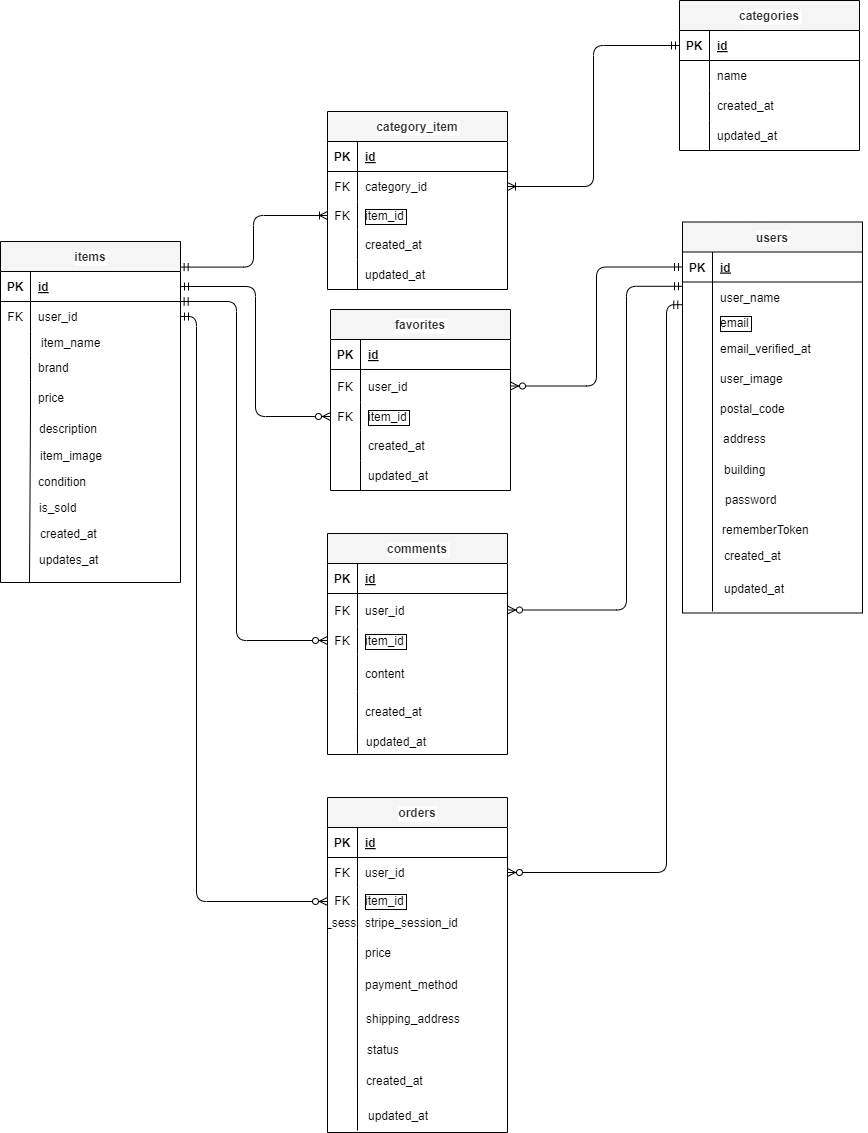
Earlier version of the draw.io export flea_market_app.drawio.png (hisako-ito/flea_market_app). Source tidied: cells renumbered, new cells last; positions are measured from the earlier drawing's top-left corner, leaving out a move shared by most shapes.
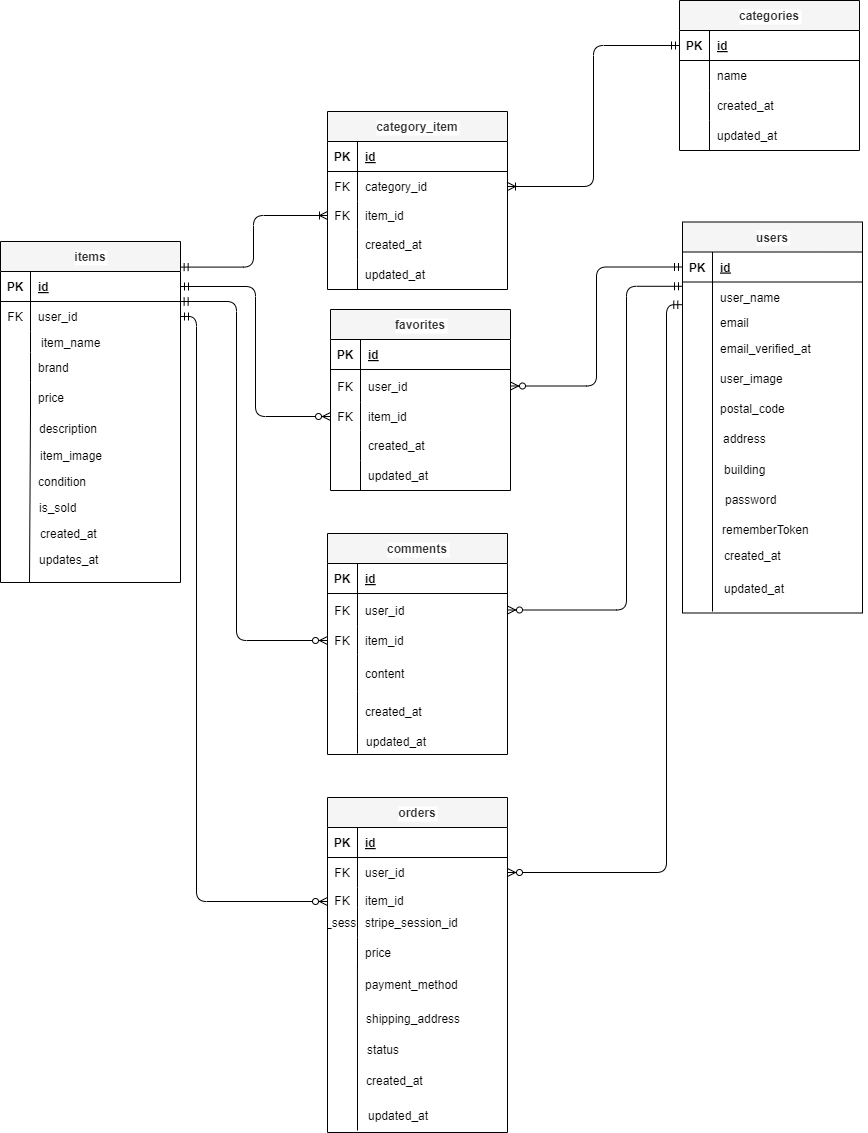
After the commit.

Change to the diagram source:
```diff
@@ -29,7 +29,7 @@
     <mxCell id="10" style="shape=partialRectangle;fillColor=none;top=0;left=0;bottom=0;right=0;overflow=hidden;" parent="9" vertex="1">
       <mxGeometry width="30" height="21" as="geometry" />
     </mxCell>
-    <mxCell id="11" value="email" style="shape=partialRectangle;fillColor=none;top=0;left=0;bottom=0;right=0;align=left;spacingLeft=6;overflow=hidden;labelBorderColor=default;fontColor=#000000;shadow=0;strokeColor=#000000;" parent="9" vertex="1">
+    <mxCell id="11" value="email" style="shape=partialRectangle;fillColor=none;top=0;left=0;bottom=0;right=0;align=left;spacingLeft=6;overflow=hidden;labelBorderColor=none;fontColor=#000000;shadow=0;strokeColor=#000000;" parent="9" vertex="1">
       <mxGeometry x="30" width="150" height="21" as="geometry" />
     </mxCell>
     <mxCell id="12" style="shape=tableRow;horizontal=0;startSize=0;swimlaneHead=0;swimlaneBody=0;fillColor=none;top=0;left=0;right=0;bottom=0;" parent="2" vertex="1">
@@ -227,7 +227,7 @@
     <mxCell id="74" value="FK" style="shape=partialRectangle;fillColor=none;top=0;left=0;bottom=0;right=0;overflow=hidden;fontColor=#000000;" parent="73" vertex="1">
       <mxGeometry width="30" height="28" as="geometry" />
     </mxCell>
-    <mxCell id="75" value="item_id" style="shape=partialRectangle;fillColor=none;top=0;left=0;bottom=0;right=0;align=left;spacingLeft=6;overflow=hidden;labelBorderColor=default;fontColor=#000000;shadow=0;strokeColor=#000000;" parent="73" vertex="1">
+    <mxCell id="75" value="item_id" style="shape=partialRectangle;fillColor=none;top=0;left=0;bottom=0;right=0;align=left;spacingLeft=6;overflow=hidden;labelBorderColor=none;fontColor=#000000;shadow=0;strokeColor=#000000;" parent="73" vertex="1">
       <mxGeometry x="30" width="150" height="28" as="geometry" />
     </mxCell>
     <mxCell id="76" style="shape=tableRow;horizontal=0;startSize=0;swimlaneHead=0;swimlaneBody=0;fillColor=none;top=0;left=0;right=0;bottom=0;" parent="66" vertex="1">
@@ -275,7 +275,7 @@
     <mxCell id="90" value="FK" style="shape=partialRectangle;fillColor=none;top=0;left=0;bottom=0;right=0;overflow=hidden;fontColor=#000000;" parent="89" vertex="1">
       <mxGeometry width="30" height="28" as="geometry" />
     </mxCell>
-    <mxCell id="91" value="item_id" style="shape=partialRectangle;fillColor=none;top=0;left=0;bottom=0;right=0;align=left;spacingLeft=6;overflow=hidden;labelBorderColor=default;fontColor=#000000;shadow=0;strokeColor=#000000;" parent="89" vertex="1">
+    <mxCell id="91" value="item_id" style="shape=partialRectangle;fillColor=none;top=0;left=0;bottom=0;right=0;align=left;spacingLeft=6;overflow=hidden;labelBorderColor=none;fontColor=#000000;shadow=0;strokeColor=#000000;" parent="89" vertex="1">
       <mxGeometry x="30" width="150" height="28" as="geometry" />
     </mxCell>
     <mxCell id="92" style="shape=tableRow;horizontal=0;startSize=0;swimlaneHead=0;swimlaneBody=0;fillColor=none;top=0;left=0;right=0;bottom=0;" parent="82" vertex="1">
@@ -362,7 +362,7 @@
     <mxCell id="119" value="FK" style="shape=partialRectangle;fillColor=none;top=0;left=0;bottom=0;right=0;overflow=hidden;fontColor=#000000;" parent="118" vertex="1">
       <mxGeometry width="30" height="28" as="geometry" />
     </mxCell>
-    <mxCell id="120" value="item_id" style="shape=partialRectangle;fillColor=none;top=0;left=0;bottom=0;right=0;align=left;spacingLeft=6;overflow=hidden;labelBorderColor=default;fontColor=#000000;shadow=0;strokeColor=#000000;" parent="118" vertex="1">
+    <mxCell id="120" value="item_id" style="shape=partialRectangle;fillColor=none;top=0;left=0;bottom=0;right=0;align=left;spacingLeft=6;overflow=hidden;labelBorderColor=none;fontColor=#000000;shadow=0;strokeColor=#000000;" parent="118" vertex="1">
       <mxGeometry x="30" width="150" height="28" as="geometry" />
     </mxCell>
     <mxCell id="121" style="shape=tableRow;horizontal=0;startSize=0;swimlaneHead=0;swimlaneBody=0;fillColor=none;top=0;left=0;right=0;bottom=0;" parent="111" vertex="1">
@@ -449,7 +449,7 @@
     <mxCell id="147" value="FK" style="shape=partialRectangle;fillColor=none;top=0;left=0;bottom=0;right=0;overflow=hidden;fontColor=#000000;" parent="1" vertex="1">
       <mxGeometry x="327" y="886" width="30" height="28" as="geometry" />
     </mxCell>
-    <mxCell id="148" value="item_id" style="shape=partialRectangle;fillColor=none;top=0;left=0;bottom=0;right=0;align=left;spacingLeft=6;overflow=hidden;labelBorderColor=default;fontColor=#000000;shadow=0;strokeColor=#000000;" parent="1" vertex="1">
+    <mxCell id="148" value="item_id" style="shape=partialRectangle;fillColor=none;top=0;left=0;bottom=0;right=0;align=left;spacingLeft=6;overflow=hidden;labelBorderColor=none;fontColor=#000000;shadow=0;strokeColor=#000000;" parent="1" vertex="1">
       <mxGeometry x="357" y="886" width="150" height="28" as="geometry" />
     </mxCell>
     <mxCell id="149" style="shape=table;startSize=0;rowLines=0;fontStyle=0;align=center;strokeColor=none;fillColor=none;shadow=0;labelBackgroundColor=#FFFFFF;labelBorderColor=none;fontColor=#000000;" parent="1" vertex="1">
```
